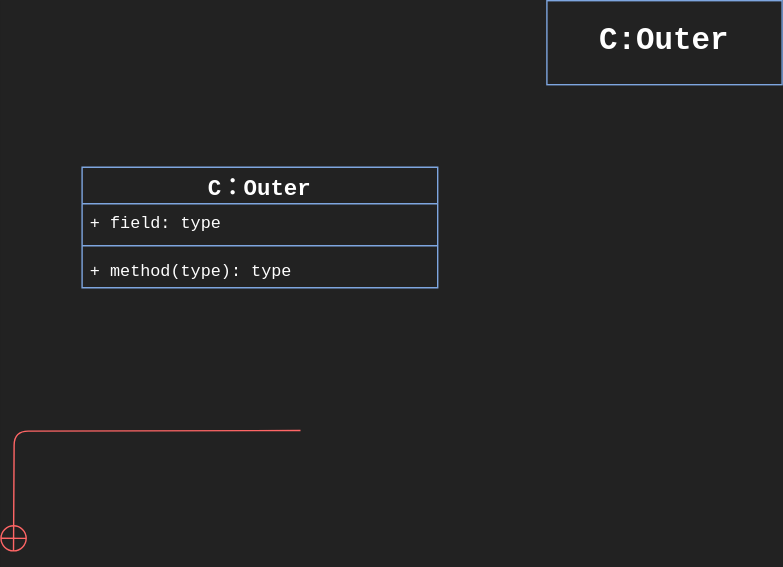
Earlier version of the draw.io export drawio/InnerClassMind.svg (Stolorzs/Picgo). Source tidied: cells renumbered, new cells last; positions are measured from the earlier drawing's top-left corner, leaving out a move shared by most shapes.
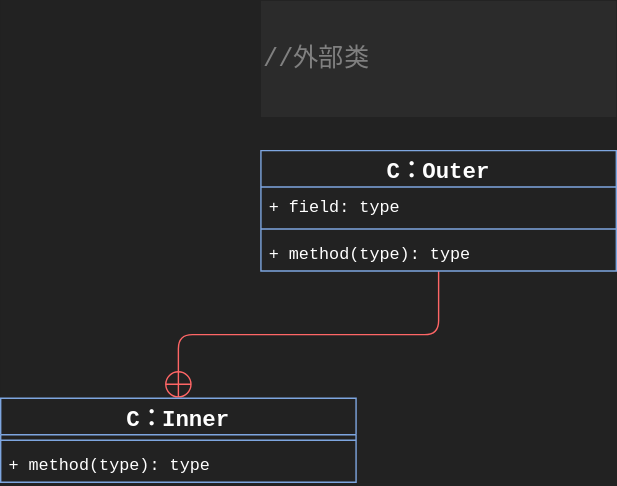
Above is the later version.

Diff of the diagram source:
```diff
@@ -2,15 +2,9 @@
   <root>
     <mxCell id="0" />
     <mxCell id="1" parent="0" />
-    <mxCell id="2" style="edgeStyle=orthogonalEdgeStyle;rounded=1;orthogonalLoop=1;jettySize=auto;html=1;strokeColor=#FF6666;align=center;verticalAlign=middle;fontFamily=Helvetica;fontSize=12;fontColor=default;labelBackgroundColor=default;startSize=8;endArrow=circlePlus;endFill=0;endSize=8;" parent="1" edge="1">
-      <mxGeometry relative="1" as="geometry">
-        <mxPoint x="205" y="307" as="sourcePoint" />
-        <mxPoint y="394" as="targetPoint" />
-      </mxGeometry>
-    </mxCell>
-    <mxCell id="3" value="&lt;font color=&quot;#ffffff&quot; style=&quot;font-size: 22px;&quot; face=&quot;Courier New&quot;&gt;&lt;b&gt;C:Outer&lt;/b&gt;&lt;/font&gt;" style="whiteSpace=wrap;html=1;fillColor=none;strokeColor=#7EA6E0;" parent="1" vertex="1">
-      <mxGeometry x="381" width="168" height="60" as="geometry" />
-    </mxCell>
+    <mxCell id="8" style="edgeStyle=orthogonalEdgeStyle;rounded=1;jettySize=auto;html=1;strokeColor=#FF6666;align=center;verticalAlign=middle;fontFamily=Helvetica;fontSize=12;fontColor=default;labelBackgroundColor=default;startSize=8;endArrow=circlePlus;endFill=0;endSize=8;" parent="1" edge="1" source="4" target="9">
+      <mxGeometry relative="1" as="geometry" />
+    </mxCell>
     <mxCell id="4" value="&lt;font style=&quot;font-size: 16px;&quot; color=&quot;#ffffff&quot;&gt;C：Outer&lt;/font&gt;" style="swimlane;fontStyle=1;align=center;verticalAlign=top;horizontal=1;startSize=26;whiteSpace=wrap;html=1;fontFamily=Courier New;fontSize=12;fontColor=default;labelBackgroundColor=none;strokeColor=#7EA6E0;fillColor=none;" parent="1" vertex="1">
       <mxGeometry x="49" y="119" width="254" height="86" as="geometry" />
     </mxCell>
@@ -23,5 +17,17 @@
     <mxCell id="7" value="&lt;font color=&quot;#ffffff&quot; face=&quot;Courier New&quot;&gt;+ method(type): type&lt;/font&gt;" style="text;strokeColor=none;fillColor=none;align=left;verticalAlign=top;spacingLeft=4;spacingRight=4;overflow=hidden;whiteSpace=wrap;html=1;fontFamily=Helvetica;fontSize=12;fontColor=default;labelBackgroundColor=none;" parent="4" vertex="1">
       <mxGeometry y="60" width="254" height="26" as="geometry" />
     </mxCell>
+    <mxCell id="9" value="&lt;font style=&quot;font-size: 16px;&quot; color=&quot;#ffffff&quot;&gt;C：Inner&lt;/font&gt;" style="swimlane;fontStyle=1;align=center;verticalAlign=top;horizontal=1;startSize=26;whiteSpace=wrap;html=1;fontFamily=Courier New;fontSize=12;fontColor=default;labelBackgroundColor=none;strokeColor=#7EA6E0;fillColor=none;" parent="1" vertex="1">
+      <mxGeometry x="-137" y="296" width="254" height="60" as="geometry" />
+    </mxCell>
+    <mxCell id="10" style="line;strokeWidth=1;fillColor=none;align=left;verticalAlign=middle;spacingTop=-1;spacingLeft=3;spacingRight=3;labelPosition=right;strokeColor=inherit;fontFamily=Helvetica;fontSize=12;fontColor=default;labelBackgroundColor=default;" parent="9" vertex="1">
+      <mxGeometry y="26" width="254" height="8" as="geometry" />
+    </mxCell>
+    <mxCell id="11" value="&lt;font color=&quot;#ffffff&quot; face=&quot;Courier New&quot;&gt;+ method(type): type&lt;/font&gt;" style="text;strokeColor=none;fillColor=none;align=left;verticalAlign=top;spacingLeft=4;spacingRight=4;overflow=hidden;whiteSpace=wrap;html=1;fontFamily=Helvetica;fontSize=12;fontColor=default;labelBackgroundColor=none;" parent="9" vertex="1">
+      <mxGeometry y="34" width="254" height="26" as="geometry" />
+    </mxCell>
+    <mxCell id="12" value="&lt;div style=&quot;font-family: &amp;quot;JetBrains Mono&amp;quot;, monospace; white-space: pre; font-size: 18px;&quot;&gt;&lt;font color=&quot;#808080&quot;&gt;&lt;span style=&quot;caret-color: rgb(128, 128, 128);&quot;&gt;//外部类&lt;/span&gt;&lt;/font&gt;&lt;/div&gt;" style="whiteSpace=wrap;html=1;fillColor=#2B2B2B;strokeColor=none;align=left;" parent="1" vertex="1">
+      <mxGeometry x="49" y="12" width="254" height="83" as="geometry" />
+    </mxCell>
   </root>
 </mxGraphModel>
```
